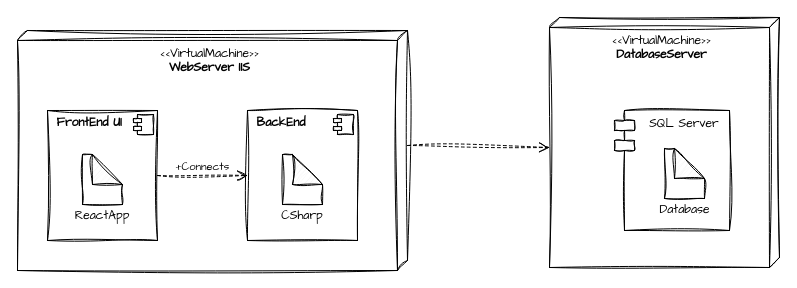
The draw.io diagram Diagramme sans nom.drawio in Samba2000/mes-projests, before the edit. Source tidied: cells renumbered, new cells numbered last; positions are measured from the earlier drawing's top-left corner, leaving out a move shared by most shapes. Both pictures are drawn from the tidied source at 100%, with x=0, y=0 at pixel (17, 17).
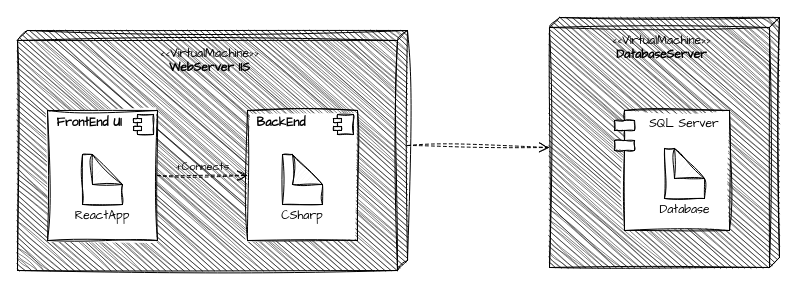
After the change.

Commit message (it also covers changes not shown here):
Mettre à jour Diagramme VirtualMachine.drawio

Diff of the diagram source:
```diff
@@
 <mxGraphModel>
   <root>
     <mxCell id="0" />
     <mxCell id="1" parent="0" />
-    <mxCell id="2" value="&lt;span style=&quot;font-size: 11px; text-wrap: nowrap;&quot;&gt;&amp;lt;&amp;lt;&lt;/span&gt;VirtualMachine&lt;span style=&quot;font-size: 11px; text-wrap: nowrap;&quot;&gt;&amp;gt;&amp;gt;&lt;/span&gt;&lt;div&gt;&lt;b&gt;WebServer IIS&lt;/b&gt;&lt;/div&gt;" style="verticalAlign=top;align=center;shape=cube;size=10;direction=south;fontStyle=0;html=1;boundedLbl=1;spacingLeft=5;whiteSpace=wrap;sketch=1;hachureGap=4;jiggle=2;curveFitting=1;fontFamily=Architects Daughter;" parent="1" vertex="1">
+    <mxCell id="2" value="&lt;span style=&quot;font-size: 11px; text-wrap: nowrap;&quot;&gt;&amp;lt;&amp;lt;&lt;/span&gt;VirtualMachine&lt;span style=&quot;font-size: 11px; text-wrap: nowrap;&quot;&gt;&amp;gt;&amp;gt;&lt;/span&gt;&lt;div&gt;&lt;b&gt;WebServer IIS&lt;/b&gt;&lt;/div&gt;" style="verticalAlign=top;align=center;shape=cube;size=10;direction=south;fontStyle=0;html=1;boundedLbl=1;spacingLeft=5;whiteSpace=wrap;sketch=1;hachureGap=4;jiggle=2;curveFitting=1;fontFamily=Architects Daughter;fillColor=#000000;" parent="1" vertex="1">
       <mxGeometry y="13" width="390" height="240" as="geometry" />
     </mxCell>
     <mxCell id="3" value="&lt;p style=&quot;margin: 6px 0px 0px;&quot;&gt;&lt;b&gt;&amp;nbsp; FrontEnd UI&lt;/b&gt;&lt;/p&gt;&lt;p style=&quot;margin:0px;margin-left:8px;&quot;&gt;&lt;br&gt;&lt;/p&gt;" style="align=left;overflow=fill;html=1;whiteSpace=wrap;sketch=1;hachureGap=4;jiggle=2;curveFitting=1;fontFamily=Architects Daughter;" parent="1" vertex="1">
       <mxGeometry x="30" y="93" width="110" height="130" as="geometry" />
     </mxCell>
     <mxCell id="4" style="shape=component;jettyWidth=8;jettyHeight=4;sketch=1;hachureGap=4;jiggle=2;curveFitting=1;fontFamily=Architects Daughter;" parent="3" vertex="1">
       <mxGeometry x="1" width="20" height="20" relative="1" as="geometry">
         <mxPoint x="-24" y="4" as="offset" />
       </mxGeometry>
     </mxCell>
     <mxCell id="5" style="shape=note;whiteSpace=wrap;html=1;backgroundOutline=1;darkOpacity=0.05;sketch=1;hachureGap=4;jiggle=2;curveFitting=1;fontFamily=Architects Daughter;" parent="1" vertex="1">
       <mxGeometry x="65" y="137" width="40" height="50" as="geometry" />
     </mxCell>
     <mxCell id="6" value="ReactApp" style="text;html=1;align=center;verticalAlign=middle;whiteSpace=wrap;rounded=0;fontFamily=Architects Daughter;" parent="1" vertex="1">
       <mxGeometry x="55" y="184" width="60" height="30" as="geometry" />
     </mxCell>
     <mxCell id="7" value="&lt;p style=&quot;margin: 6px 0px 0px;&quot;&gt;&lt;b&gt;&amp;nbsp; BackEnd&lt;/b&gt;&lt;/p&gt;&lt;p style=&quot;margin:0px;margin-left:8px;&quot;&gt;&lt;br&gt;&lt;/p&gt;" style="align=left;overflow=fill;html=1;whiteSpace=wrap;sketch=1;hachureGap=4;jiggle=2;curveFitting=1;fontFamily=Architects Daughter;" parent="1" vertex="1">
       <mxGeometry x="230" y="93" width="110" height="130" as="geometry" />
     </mxCell>
     <mxCell id="8" style="shape=component;jettyWidth=8;jettyHeight=4;sketch=1;hachureGap=4;jiggle=2;curveFitting=1;fontFamily=Architects Daughter;" parent="7" vertex="1">
       <mxGeometry x="1" width="20" height="20" relative="1" as="geometry">
         <mxPoint x="-24" y="4" as="offset" />
       </mxGeometry>
     </mxCell>
     <mxCell id="9" style="shape=note;whiteSpace=wrap;html=1;backgroundOutline=1;darkOpacity=0.05;sketch=1;hachureGap=4;jiggle=2;curveFitting=1;fontFamily=Architects Daughter;" parent="1" vertex="1">
       <mxGeometry x="265" y="137" width="40" height="50" as="geometry" />
     </mxCell>
     <mxCell id="10" value="CSharp" style="text;html=1;align=center;verticalAlign=middle;whiteSpace=wrap;rounded=0;fontFamily=Architects Daughter;" parent="1" vertex="1">
       <mxGeometry x="255" y="184" width="60" height="30" as="geometry" />
     </mxCell>
     <mxCell id="11" value="+Connects" style="endArrow=open;startArrow=none;endFill=0;startFill=0;endSize=8;html=1;verticalAlign=bottom;dashed=1;labelBackgroundColor=none;rounded=0;sketch=1;hachureGap=4;jiggle=2;curveFitting=1;fontFamily=Architects Daughter;exitX=1;exitY=0.5;exitDx=0;exitDy=0;entryX=0;entryY=0.5;entryDx=0;entryDy=0;" parent="1" edge="1" source="3" target="7">
       <mxGeometry relative="1" as="geometry" />
     </mxCell>
-    <mxCell id="12" value="&lt;span style=&quot;font-size: 11px; text-wrap: nowrap;&quot;&gt;&amp;lt;&amp;lt;&lt;/span&gt;VirtualMachine&lt;span style=&quot;font-size: 11px; text-wrap: nowrap;&quot;&gt;&amp;gt;&amp;gt;&lt;/span&gt;&lt;div&gt;&lt;b&gt;DatabaseServer&lt;/b&gt;&lt;/div&gt;" style="verticalAlign=top;align=center;shape=cube;size=10;direction=south;fontStyle=0;html=1;boundedLbl=1;spacingLeft=5;whiteSpace=wrap;sketch=1;hachureGap=4;jiggle=2;curveFitting=1;fontFamily=Architects Daughter;" parent="1" vertex="1">
+    <mxCell id="12" value="&lt;span style=&quot;font-size: 11px; text-wrap: nowrap;&quot;&gt;&amp;lt;&amp;lt;&lt;/span&gt;VirtualMachine&lt;span style=&quot;font-size: 11px; text-wrap: nowrap;&quot;&gt;&amp;gt;&amp;gt;&lt;/span&gt;&lt;div&gt;&lt;b&gt;DatabaseServer&lt;/b&gt;&lt;/div&gt;" style="verticalAlign=top;align=center;shape=cube;size=10;direction=south;fontStyle=0;html=1;boundedLbl=1;spacingLeft=5;whiteSpace=wrap;sketch=1;hachureGap=4;jiggle=2;curveFitting=1;fontFamily=Architects Daughter;fillColor=#000000;" parent="1" vertex="1">
       <mxGeometry x="532" width="230" height="250" as="geometry" />
     </mxCell>
     <mxCell id="13" style="endArrow=open;startArrow=none;endFill=0;startFill=0;endSize=8;html=1;verticalAlign=bottom;dashed=1;labelBackgroundColor=none;rounded=0;sketch=1;hachureGap=4;jiggle=2;curveFitting=1;fontFamily=Architects Daughter;entryX=0;entryY=0;entryDx=130;entryDy=230;entryPerimeter=0;exitX=0;exitY=0;exitDx=115;exitDy=0;exitPerimeter=0;" parent="1" edge="1" source="2" target="12">
       <mxGeometry relative="1" as="geometry" />
     </mxCell>
     <mxCell id="14" value="&amp;nbsp;SQL Server" style="shape=module;align=left;spacingLeft=20;align=center;verticalAlign=top;whiteSpace=wrap;html=1;sketch=1;hachureGap=4;jiggle=2;curveFitting=1;fontFamily=Architects Daughter;" parent="1" vertex="1">
       <mxGeometry x="597" y="93" width="115" height="120" as="geometry" />
     </mxCell>
     <mxCell id="15" value="Database" style="text;html=1;align=center;verticalAlign=middle;strokeColor=none;fillColor=none;fontFamily=Architects Daughter;" parent="1" vertex="1">
       <mxGeometry x="632" y="178" width="70" height="30" as="geometry" />
     </mxCell>
     <mxCell id="16" style="shape=note;whiteSpace=wrap;html=1;backgroundOutline=1;darkOpacity=0.05;sketch=1;hachureGap=4;jiggle=2;curveFitting=1;fontFamily=Architects Daughter;" parent="1" vertex="1">
       <mxGeometry x="647" y="131" width="40" height="50" as="geometry" />
     </mxCell>
   </root>
 </mxGraphModel>
```
